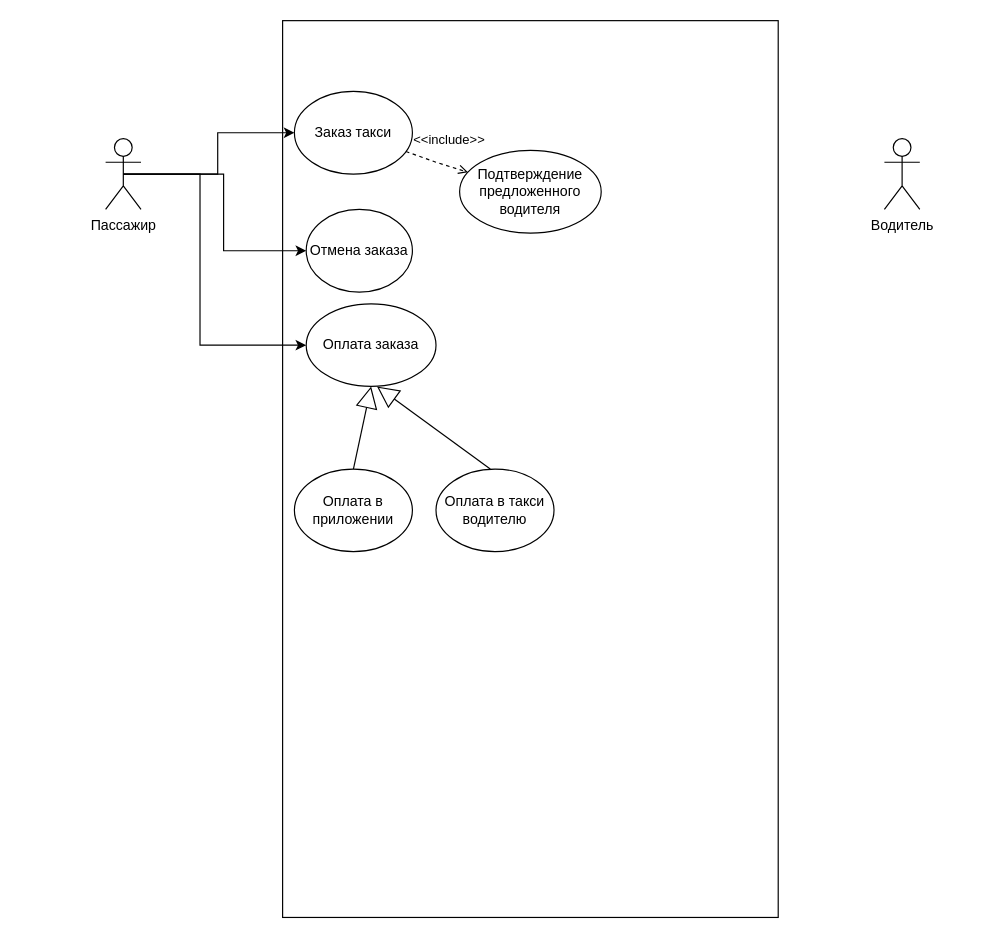
The draw.io diagram use-case.drawio in Leewhocan/9_siaod, before the edit. Source tidied: cells renumbered, new cells numbered last; positions are measured from the earlier drawing's top-left corner, leaving out a move shared by most shapes. Both pictures are drawn from the tidied source at 118%, with x=0, y=0 at pixel (105, 20).
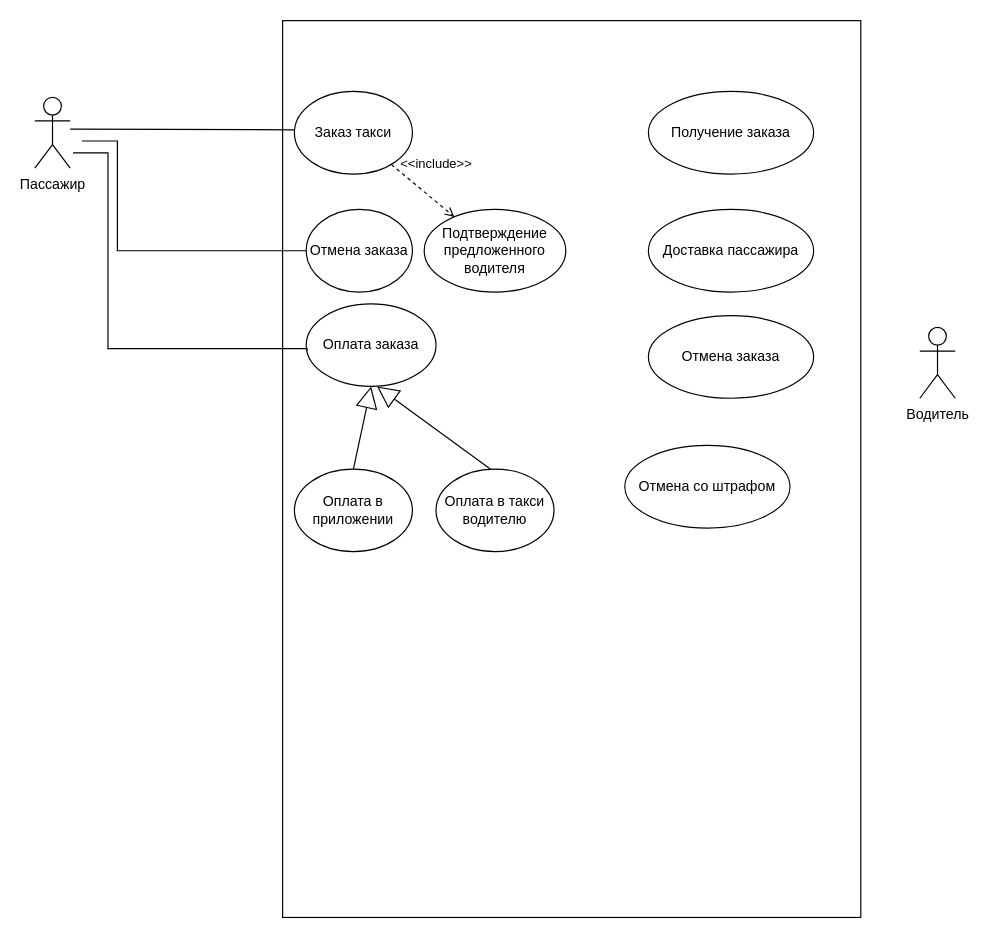
Above is the later version.

Unchanged cells that the change refers to:
```xml
<mxCell id="8" value="Заказ такси" style="ellipse;whiteSpace=wrap;html=1;" parent="1" vertex="1">
  <mxGeometry x="160" y="60" width="100" height="70" as="geometry" />
</mxCell>
<mxCell id="9" value="Отмена заказа" style="ellipse;whiteSpace=wrap;html=1;" parent="1" vertex="1">
  <mxGeometry x="170" y="160" width="90" height="70" as="geometry" />
</mxCell>
<mxCell id="12" value="Оплата заказа" style="ellipse;whiteSpace=wrap;html=1;" parent="1" vertex="1">
  <mxGeometry x="170" y="240" width="110" height="70" as="geometry" />
</mxCell>
```

What changed in the source:
```diff
@@
     <mxCell id="2" style="rounded=0;whiteSpace=wrap;html=1;" parent="1" vertex="1">
-      <mxGeometry x="150" width="420" height="760" as="geometry" />
+      <mxGeometry x="150" width="490" height="760" as="geometry" />
     </mxCell>
-    <mxCell id="3" style="edgeStyle=orthogonalEdgeStyle;rounded=0;jettySize=auto;html=1;exitX=0.5;exitY=0.5;exitDx=0;exitDy=0;exitPerimeter=0;" parent="1" edge="1" source="6" target="8">
-      <mxGeometry relative="1" as="geometry" />
-    </mxCell>
-    <mxCell id="4" style="edgeStyle=orthogonalEdgeStyle;rounded=0;jettySize=auto;html=1;exitX=0.5;exitY=0.5;exitDx=0;exitDy=0;exitPerimeter=0;" parent="1" edge="1" source="6" target="9">
-      <mxGeometry relative="1" as="geometry" />
-    </mxCell>
-    <mxCell id="5" style="edgeStyle=orthogonalEdgeStyle;rounded=0;jettySize=auto;html=1;exitX=0.5;exitY=0.5;exitDx=0;exitDy=0;exitPerimeter=0;entryX=0;entryY=0.5;entryDx=0;entryDy=0;" parent="1" edge="1" source="6" target="12">
-      <mxGeometry relative="1" as="geometry">
-        <Array as="points">
-          <mxPoint x="80" y="130" />
-          <mxPoint x="80" y="275" />
-        </Array>
-      </mxGeometry>
-    </mxCell>
     <mxCell id="6" value="Пассажир" style="shape=umlActor;verticalLabelPosition=bottom;verticalAlign=top;html=1;" parent="1" vertex="1">
-      <mxGeometry y="100" width="30" height="60" as="geometry" />
+      <mxGeometry x="-60" y="65" width="30" height="60" as="geometry" />
     </mxCell>
     <mxCell id="7" value="Водитель" style="shape=umlActor;verticalLabelPosition=bottom;verticalAlign=top;html=1;" parent="1" vertex="1">
-      <mxGeometry x="660" y="100" width="30" height="60" as="geometry" />
+      <mxGeometry x="690" y="260" width="30" height="60" as="geometry" />
     </mxCell>
@@
     <mxCell id="10" value="&amp;lt;&amp;lt;include&amp;gt;&amp;gt;" style="html=1;verticalAlign=bottom;labelBackgroundColor=none;endArrow=open;endFill=0;dashed=1;rounded=0;" parent="1" edge="1" source="8" target="11">
-      <mxGeometry x="0.21" y="13" relative="1" as="geometry">
-        <Array as="points">
-          <mxPoint x="280" y="120" />
-        </Array>
-      </mxGeometry>
+      <mxGeometry x="-0.01" y="18" relative="1" as="geometry" />
     </mxCell>
     <mxCell id="11" value="Подтверждение предложенного водителя" style="ellipse;whiteSpace=wrap;html=1;" parent="1" vertex="1">
-      <mxGeometry x="300" y="110" width="120" height="70" as="geometry" />
+      <mxGeometry x="270" y="160" width="120" height="70" as="geometry" />
     </mxCell>
@@
+    <mxCell id="17" value="Получение заказа" style="ellipse;whiteSpace=wrap;html=1;" parent="1" vertex="1">
+      <mxGeometry x="460" y="60" width="140" height="70" as="geometry" />
+    </mxCell>
+    <mxCell id="18" value="Доставка пассажира" style="ellipse;whiteSpace=wrap;html=1;" parent="1" vertex="1">
+      <mxGeometry x="460" y="160" width="140" height="70" as="geometry" />
+    </mxCell>
+    <mxCell id="19" value="Отмена заказа" style="ellipse;whiteSpace=wrap;html=1;" parent="1" vertex="1">
+      <mxGeometry x="460" y="250" width="140" height="70" as="geometry" />
+    </mxCell>
+    <mxCell id="20" style="endArrow=none;html=1;edgeStyle=orthogonalEdgeStyle;rounded=0;entryX=0;entryY=0.5;entryDx=0;entryDy=0;" parent="1" edge="1">
+      <mxGeometry relative="1" as="geometry">
+        <mxPoint x="-30" y="92" as="sourcePoint" />
+        <mxPoint x="160" y="92.5" as="targetPoint" />
+        <Array as="points">
+          <mxPoint x="-30" y="92" />
+          <mxPoint y="92" />
+        </Array>
+      </mxGeometry>
+    </mxCell>
+    <mxCell id="21" style="endArrow=none;html=1;edgeStyle=orthogonalEdgeStyle;rounded=0;entryX=0;entryY=0.5;entryDx=0;entryDy=0;" parent="1" edge="1" target="9">
+      <mxGeometry relative="1" as="geometry">
+        <mxPoint x="-20" y="102" as="sourcePoint" />
+        <Array as="points">
+          <mxPoint x="10" y="102" />
+          <mxPoint x="10" y="195" />
+        </Array>
+      </mxGeometry>
+    </mxCell>
+    <mxCell id="22" style="endArrow=none;html=1;edgeStyle=orthogonalEdgeStyle;rounded=0;entryX=0.007;entryY=0.566;entryDx=0;entryDy=0;entryPerimeter=0;" parent="1" edge="1" target="12">
+      <mxGeometry relative="1" as="geometry">
+        <mxPoint x="-27.6" y="112" as="sourcePoint" />
+        <Array as="points">
+          <mxPoint x="2" y="112" />
+          <mxPoint x="2" y="278" />
+          <mxPoint x="171" y="278" />
+        </Array>
+      </mxGeometry>
+    </mxCell>
+    <mxCell id="23" value="Отмена со штрафом" style="ellipse;whiteSpace=wrap;html=1;" parent="1" vertex="1">
+      <mxGeometry x="440" y="360" width="140" height="70" as="geometry" />
+    </mxCell>
```
